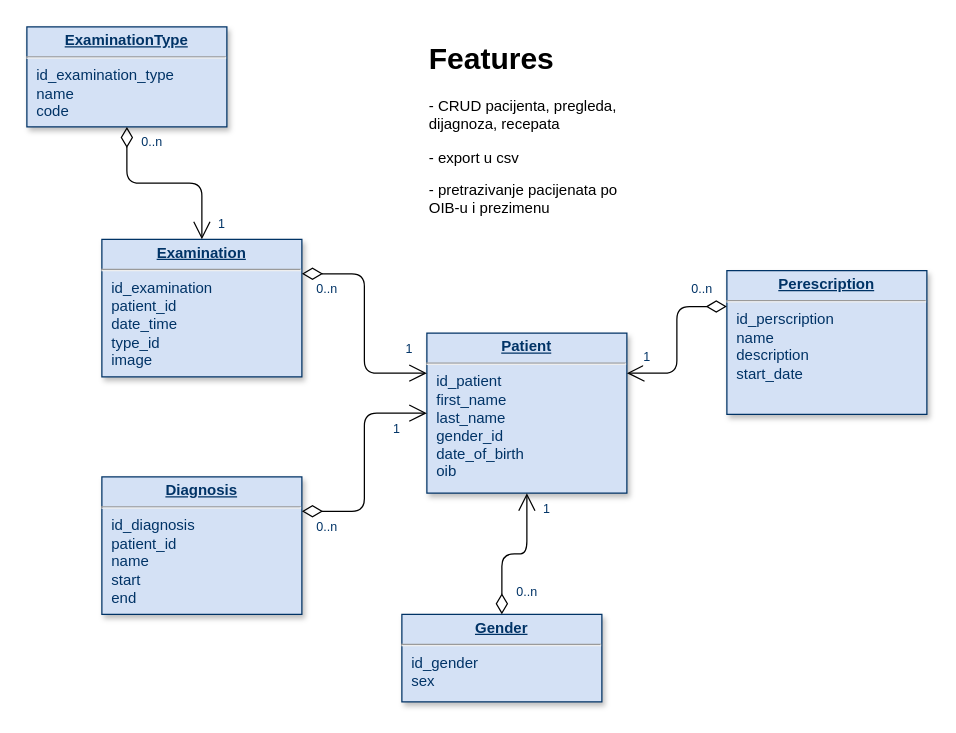
ViktorPetrina/PPPK-PatientManager keeps this draw.io diagram as UML.drawio. Above is the earlier version. Source tidied: cells renumbered, new cells numbered last; positions are measured from the earlier drawing's top-left corner, leaving out a move shared by most shapes. Both pictures are drawn from the tidied source at 125%, with x=0, y=0 at pixel (26, 26).
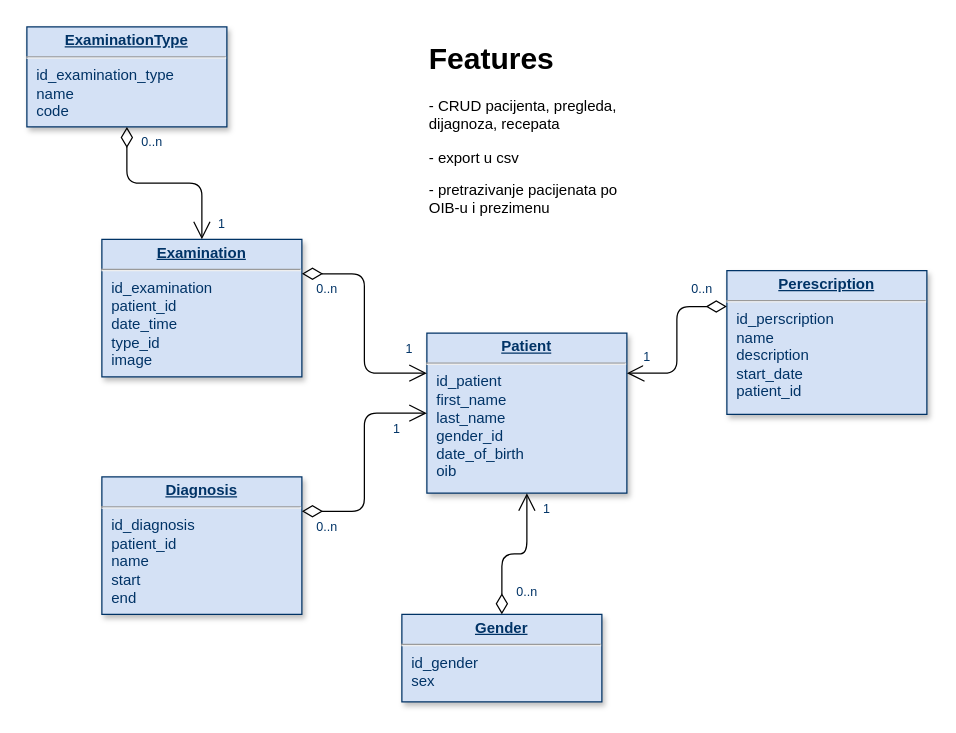
The same diagram, later.

What changed in the source:
```diff
@@
-    <mxCell id="2" value="&lt;p style=&quot;margin: 0px; margin-top: 4px; text-align: center; text-decoration: underline;&quot;&gt;&lt;b&gt;Perescription&lt;/b&gt;&lt;/p&gt;&lt;hr&gt;&lt;p style=&quot;margin: 0px; margin-left: 8px;&quot;&gt;id_perscription&lt;/p&gt;&lt;p style=&quot;margin: 0px; margin-left: 8px;&quot;&gt;name&lt;/p&gt;&lt;p style=&quot;margin: 0px; margin-left: 8px;&quot;&gt;description&lt;/p&gt;&lt;p style=&quot;margin: 0px; margin-left: 8px;&quot;&gt;start_date&lt;/p&gt;" style="verticalAlign=top;align=left;overflow=fill;fontSize=12;fontFamily=Helvetica;html=1;strokeColor=#003366;shadow=1;fillColor=#D4E1F5;fontColor=#003366;" parent="1" vertex="1">
+    <mxCell id="2" value="&lt;p style=&quot;margin: 0px; margin-top: 4px; text-align: center; text-decoration: underline;&quot;&gt;&lt;b&gt;Perescription&lt;/b&gt;&lt;/p&gt;&lt;hr&gt;&lt;p style=&quot;margin: 0px; margin-left: 8px;&quot;&gt;id_perscription&lt;/p&gt;&lt;p style=&quot;margin: 0px; margin-left: 8px;&quot;&gt;name&lt;/p&gt;&lt;p style=&quot;margin: 0px; margin-left: 8px;&quot;&gt;description&lt;/p&gt;&lt;p style=&quot;margin: 0px; margin-left: 8px;&quot;&gt;start_date&lt;/p&gt;&lt;p style=&quot;margin: 0px; margin-left: 8px;&quot;&gt;patient_id&lt;/p&gt;" style="verticalAlign=top;align=left;overflow=fill;fontSize=12;fontFamily=Helvetica;html=1;strokeColor=#003366;shadow=1;fillColor=#D4E1F5;fontColor=#003366;" parent="1" vertex="1">
       <mxGeometry x="560" y="195" width="160" height="115" as="geometry" />
     </mxCell>
```
